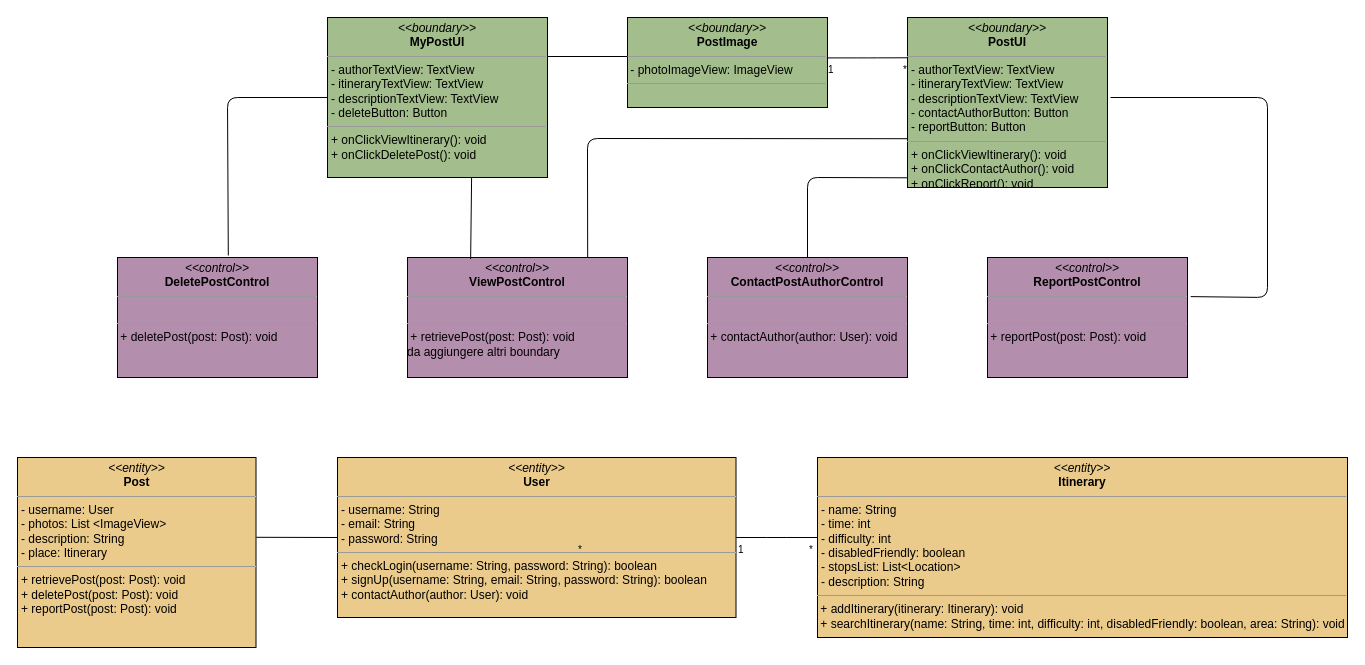
This is page "Interazione con un post" (6 of 9) of docs/ECB.drawio from archer-65/natour-2122, a draw.io file, before an edit. Source tidied: cells renumbered, new cells numbered last; positions are measured from the earlier drawing's top-left corner, leaving out a move shared by most shapes. Both pictures are drawn from the tidied source at 100%, with x=0, y=0 at pixel (17, 17).
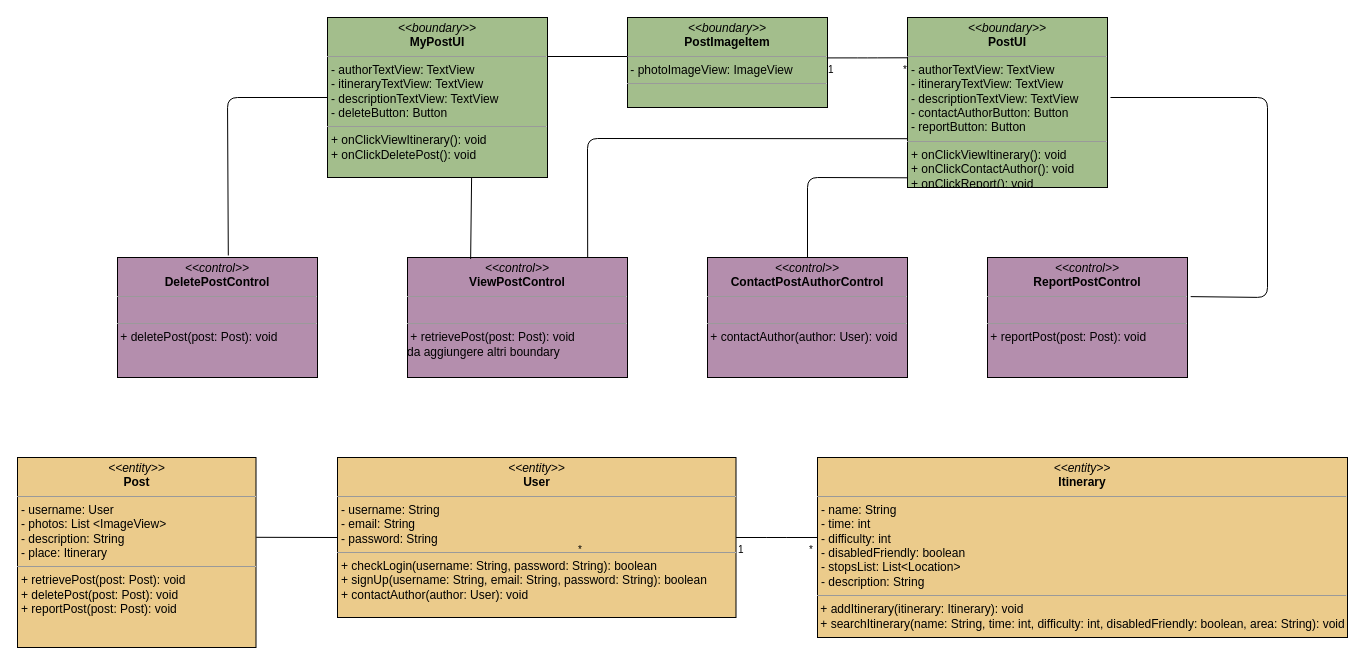
Above is the later version.

The edit, as a diff of the source:
```diff
@@
-    <mxCell id="6" value="&lt;p style=&quot;margin: 0px ; margin-top: 4px ; text-align: center&quot;&gt;&lt;i&gt;&amp;lt;&amp;lt;boundary&amp;gt;&amp;gt;&lt;/i&gt;&lt;br&gt;&lt;b&gt;PostImage&lt;/b&gt;&lt;/p&gt;&lt;hr size=&quot;1&quot;&gt;&amp;nbsp;- photoImageView: ImageView&lt;br&gt;&lt;hr size=&quot;1&quot;&gt;&lt;p style=&quot;margin: 0px 0px 0px 4px&quot;&gt;&lt;br&gt;&lt;/p&gt;" style="verticalAlign=top;align=left;overflow=fill;fontSize=12;fontFamily=Helvetica;html=1;fillColor=#A3BE8C;" parent="1" vertex="1">
+    <mxCell id="6" value="&lt;p style=&quot;margin: 0px ; margin-top: 4px ; text-align: center&quot;&gt;&lt;i&gt;&amp;lt;&amp;lt;boundary&amp;gt;&amp;gt;&lt;/i&gt;&lt;br&gt;&lt;b&gt;PostImageItem&lt;/b&gt;&lt;/p&gt;&lt;hr size=&quot;1&quot;&gt;&amp;nbsp;- photoImageView: ImageView&lt;br&gt;&lt;hr size=&quot;1&quot;&gt;&lt;p style=&quot;margin: 0px 0px 0px 4px&quot;&gt;&lt;br&gt;&lt;/p&gt;" style="verticalAlign=top;align=left;overflow=fill;fontSize=12;fontFamily=Helvetica;html=1;fillColor=#A3BE8C;" parent="1" vertex="1">
       <mxGeometry x="610" width="200" height="90" as="geometry" />
     </mxCell>
```
